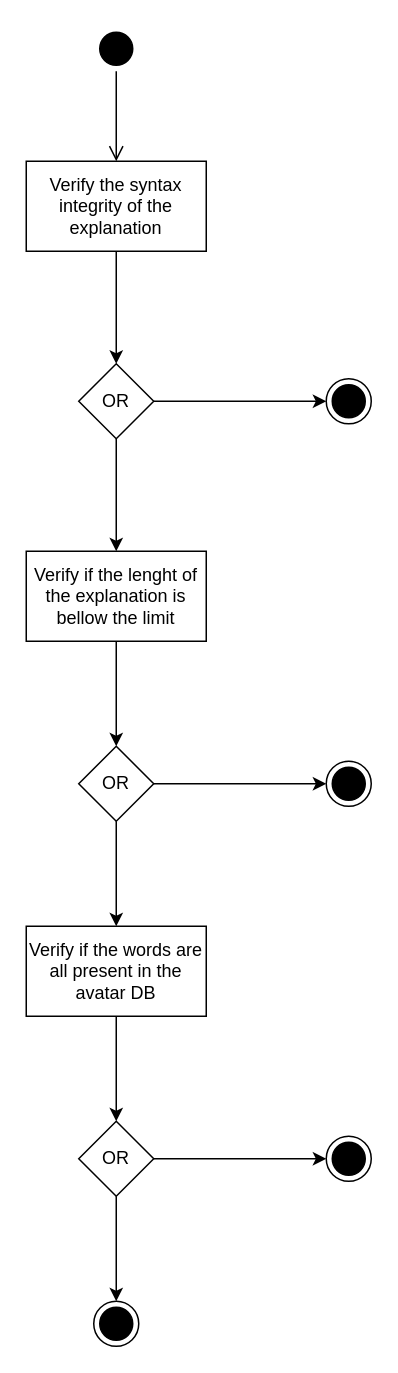
Above: diagrams/M3.drawio in whzd/thesis (draw.io), before the change. Source tidied: cells renumbered, new cells numbered last; positions are measured from the earlier drawing's top-left corner, leaving out a move shared by most shapes. Both pictures are drawn from the tidied source at 150%, with x=0, y=0 at pixel (26, 26).
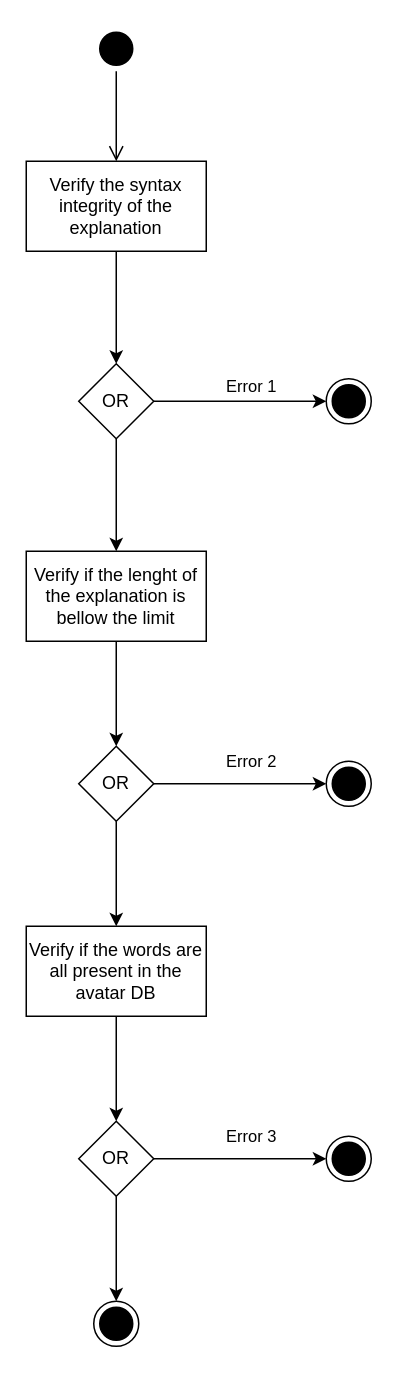
The same page after the edit.

Unchanged cells that the change refers to:
```xml
<mxCell id="4" style="ellipse;html=1;shape=endState;fillColor=#000000;strokeColor=#000000;" parent="1" vertex="1">
  <mxGeometry x="200" y="490" width="30" height="30" as="geometry" />
</mxCell>
<mxCell id="9" value="OR" style="rhombus;whiteSpace=wrap;html=1;strokeColor=#000000;" parent="1" vertex="1">
  <mxGeometry x="35" y="480" width="50" height="50" as="geometry" />
</mxCell>
<mxCell id="11" style="ellipse;html=1;shape=endState;fillColor=#000000;strokeColor=#000000;" parent="1" vertex="1">
  <mxGeometry x="200" y="740" width="30" height="30" as="geometry" />
</mxCell>
<mxCell id="15" value="OR" style="rhombus;whiteSpace=wrap;html=1;strokeColor=#000000;direction=south;" parent="1" vertex="1">
  <mxGeometry x="35" y="730" width="50" height="50" as="geometry" />
</mxCell>
<mxCell id="20" value="OR" style="rhombus;whiteSpace=wrap;html=1;strokeColor=#000000;direction=south;" parent="1" vertex="1">
  <mxGeometry x="35" y="225" width="50" height="50" as="geometry" />
</mxCell>
<mxCell id="22" style="ellipse;html=1;shape=endState;fillColor=#000000;strokeColor=#000000;" parent="1" vertex="1">
  <mxGeometry x="200" y="235" width="30" height="30" as="geometry" />
</mxCell>
```

Change to the diagram source:
```diff
@@
-    <mxCell id="7" style="edgeStyle=orthogonalEdgeStyle;rounded=0;jettySize=auto;html=1;strokeColor=#000000;" parent="1" edge="1" source="9" target="4">
-      <mxGeometry relative="1" as="geometry" />
+    <mxCell id="7" value="Error 2" style="edgeStyle=orthogonalEdgeStyle;rounded=0;jettySize=auto;html=1;strokeColor=#000000;" parent="1" edge="1" source="9" target="4">
+      <mxGeometry x="0.13" y="15" relative="1" as="geometry" />
     </mxCell>
@@
-    <mxCell id="13" style="edgeStyle=orthogonalEdgeStyle;rounded=0;jettySize=auto;html=1;strokeColor=#000000;" parent="1" edge="1" source="15" target="11">
-      <mxGeometry relative="1" as="geometry" />
+    <mxCell id="13" value="Error 3" style="edgeStyle=orthogonalEdgeStyle;rounded=0;jettySize=auto;html=1;strokeColor=#000000;" parent="1" edge="1" source="15" target="11">
+      <mxGeometry x="0.13" y="15" relative="1" as="geometry" />
     </mxCell>
@@
-    <mxCell id="18" style="edgeStyle=orthogonalEdgeStyle;rounded=0;jettySize=auto;html=1;strokeColor=#000000;entryX=0;entryY=0.5;entryDx=0;entryDy=0;" parent="1" edge="1" source="20" target="22">
-      <mxGeometry relative="1" as="geometry" />
+    <mxCell id="18" value="Error 1" style="edgeStyle=orthogonalEdgeStyle;rounded=0;jettySize=auto;html=1;strokeColor=#000000;entryX=0;entryY=0.5;entryDx=0;entryDy=0;" parent="1" edge="1" source="20" target="22">
+      <mxGeometry x="0.13" y="10" relative="1" as="geometry" />
     </mxCell>
```
